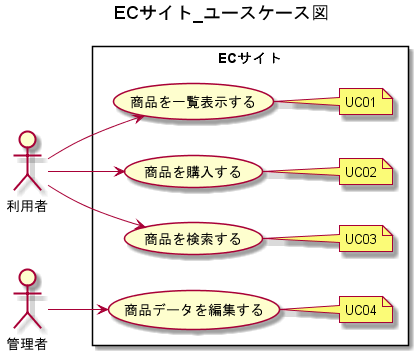
The PlantUML diagram UseCase/ECサイト_ユースケース図.png in wnakayama/ojt_ecsite, before a commit.
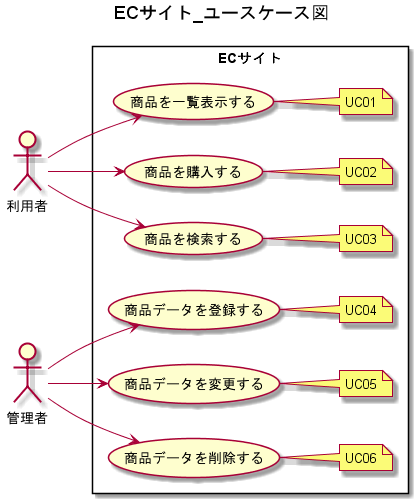
The same file after the commit.

What changed in the source:
```diff
@@ -9,13 +9,17 @@
     (商品を一覧表示する) as (showProduct)
     (商品を購入する) as (buyProduct)
     (商品を検索する) as (searchProduct)
-    (商品データを編集する) as (editProductData)
+    (商品データを登録する) as (createProductData)
+    (商品データを変更する) as (updateProductData)
+    (商品データを削除する) as (deleteProductData)
 
     left to right direction
     user --> showProduct
     user --> buyProduct
     user --> searchProduct
-    admin --> editProductData
+    admin --> createProductData
+    admin --> updateProductData
+    admin --> deleteProductData
 
 
     note right of showProduct
@@ -31,8 +35,16 @@
     UC03
     end note
 
-    note right of editProductData
+    note right of createProductData
     UC04
+    end note
+
+    note right of updateProductData
+    UC05
+    end note
+
+    note right of deleteProductData
+    UC06
     end note
 
 }
```
